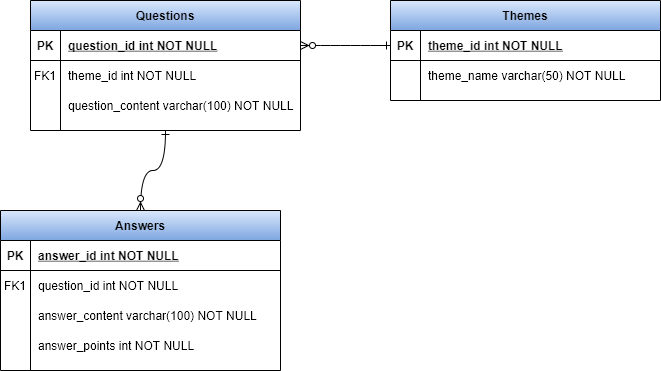
Earlier version of the draw.io export database/Logic-model.png (AdriLorenz/School-chamber). Source tidied: cells renumbered, new cells last; positions are measured from the earlier drawing's top-left corner, leaving out a move shared by most shapes.
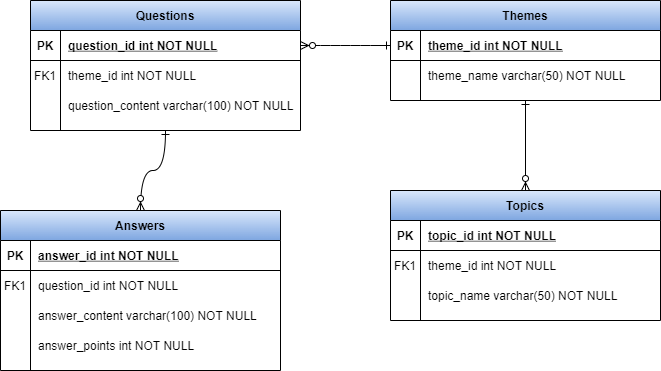
After the change.

What changed in the source:
```diff
@@ -98,5 +98,38 @@
     <mxCell id="33" style="edgeStyle=orthogonalEdgeStyle;endArrow=ERzeroToMany;startArrow=ERone;endFill=1;startFill=0;exitX=0.5;exitY=1;exitDx=0;exitDy=0;entryX=0.5;entryY=0;entryDx=0;entryDy=0;targetPerimeterSpacing=0;shadow=0;jumpStyle=none;curved=1;" parent="1" edge="1" source="2" target="20">
       <mxGeometry relative="1" as="geometry" />
     </mxCell>
+    <mxCell id="34" value="Topics" style="shape=table;startSize=30;rowLines=0;fontStyle=1;align=center;fillColor=#dae8fc;strokeColor=default;gradientColor=#7ea6e0;fontColor=default;" parent="1" vertex="1">
+      <mxGeometry x="390" y="190" width="270" height="130" as="geometry" />
+    </mxCell>
+    <mxCell id="35" style="shape=partialRectangle;fillColor=none;top=0;left=0;right=0;bottom=1;" parent="34" vertex="1">
+      <mxGeometry y="30" width="270" height="30" as="geometry" />
+    </mxCell>
+    <mxCell id="36" value="PK" style="shape=partialRectangle;overflow=hidden;fillColor=none;top=0;left=0;bottom=0;right=0;fontStyle=1;" parent="35" vertex="1">
+      <mxGeometry width="30" height="30" as="geometry" />
+    </mxCell>
+    <mxCell id="37" value="topic_id int NOT NULL " style="shape=partialRectangle;overflow=hidden;fillColor=none;top=0;left=0;bottom=0;right=0;align=left;spacingLeft=6;fontStyle=5;" parent="35" vertex="1">
+      <mxGeometry x="30" width="240" height="30" as="geometry" />
+    </mxCell>
+    <mxCell id="38" style="shape=partialRectangle;fillColor=none;top=0;left=0;right=0;bottom=0;strokeColor=default;fontColor=default;" parent="34" vertex="1">
+      <mxGeometry y="60" width="270" height="30" as="geometry" />
+    </mxCell>
+    <mxCell id="39" value="FK1" style="shape=partialRectangle;overflow=hidden;fillColor=none;top=0;left=0;bottom=0;right=0;fontColor=default;" parent="38" vertex="1">
+      <mxGeometry width="30" height="30" as="geometry" />
+    </mxCell>
+    <mxCell id="40" value="theme_id int NOT NULL" style="shape=partialRectangle;overflow=hidden;fillColor=none;top=0;left=0;bottom=0;right=0;align=left;spacingLeft=6;" parent="38" vertex="1">
+      <mxGeometry x="30" width="240" height="30" as="geometry" />
+    </mxCell>
+    <mxCell id="41" style="shape=partialRectangle;fillColor=none;top=0;left=0;right=0;bottom=0;" parent="34" vertex="1">
+      <mxGeometry y="90" width="270" height="30" as="geometry" />
+    </mxCell>
+    <mxCell id="42" style="shape=partialRectangle;overflow=hidden;fillColor=none;top=0;left=0;bottom=0;right=0;" parent="41" vertex="1">
+      <mxGeometry width="30" height="30" as="geometry" />
+    </mxCell>
+    <mxCell id="43" value="topic_name varchar(50) NOT NULL" style="shape=partialRectangle;overflow=hidden;fillColor=none;top=0;left=0;bottom=0;right=0;align=left;spacingLeft=6;" parent="41" vertex="1">
+      <mxGeometry x="30" width="240" height="30" as="geometry" />
+    </mxCell>
+    <mxCell id="44" style="edgeStyle=orthogonalEdgeStyle;endArrow=ERzeroToMany;startArrow=ERone;endFill=1;startFill=0;exitX=0.5;exitY=1;exitDx=0;exitDy=0;targetPerimeterSpacing=0;shadow=0;jumpStyle=none;curved=1;" parent="1" edge="1" source="12" target="34">
+      <mxGeometry relative="1" as="geometry" />
+    </mxCell>
   </root>
 </mxGraphModel>
```
